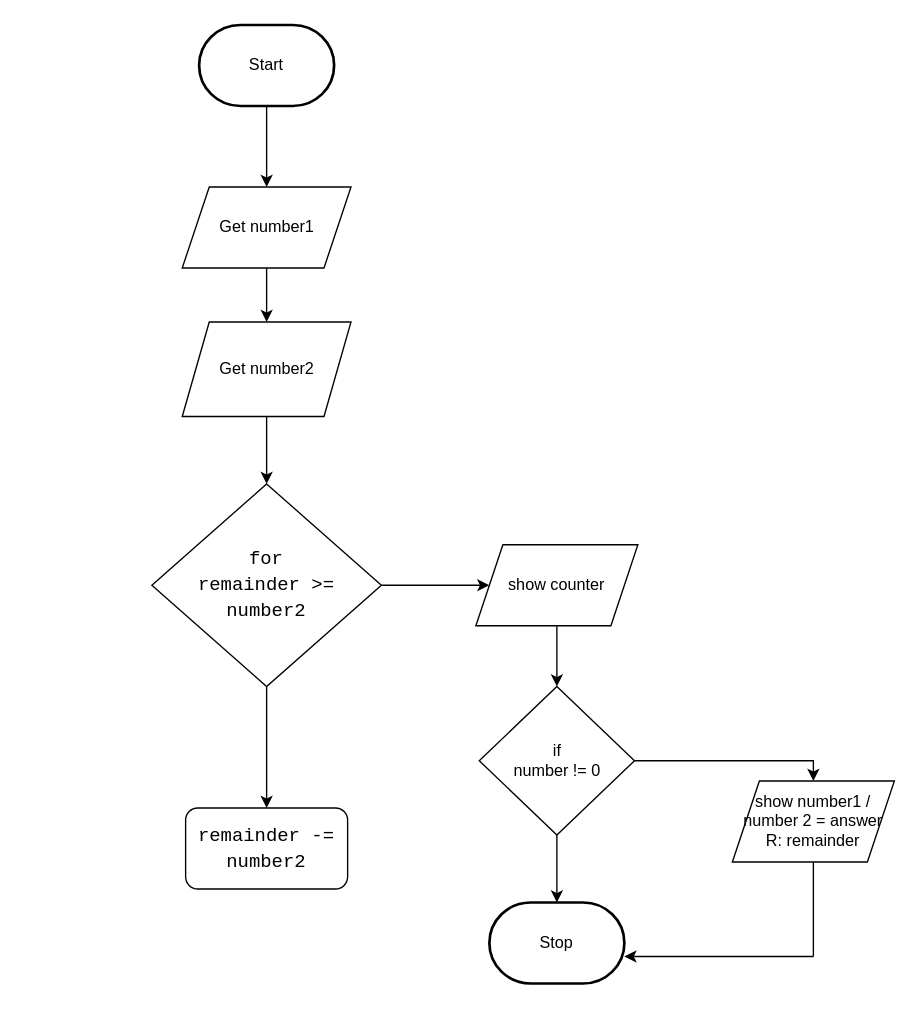
The draw.io diagram design/flowchart.drawio in MTHS-ICS2O-2-2022/ICS2O-Unit-5-08-janet-do, before the edit. Source tidied: cells renumbered, new cells numbered last; positions are measured from the earlier drawing's top-left corner, leaving out a move shared by most shapes. Both pictures are drawn from the tidied source at 135%, with x=0, y=0 at pixel (151, 24).
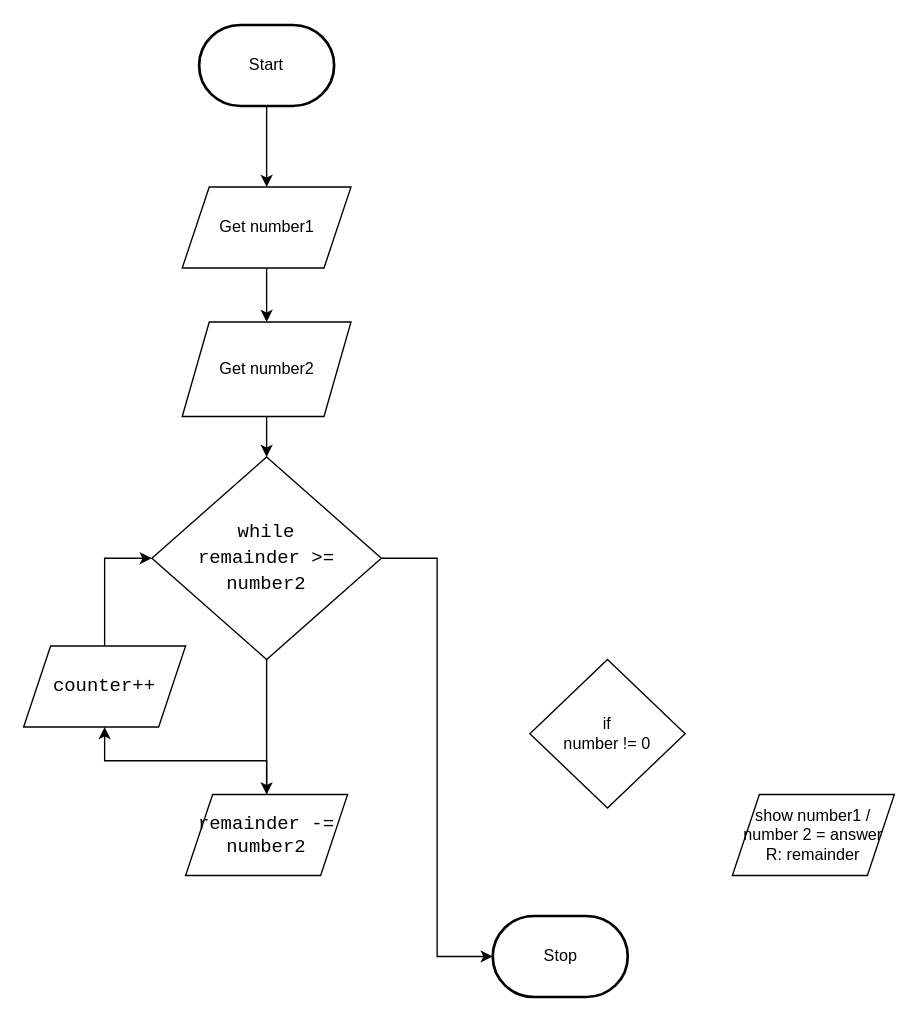
Above is the later version.

The edit, as a diff of the source:
```diff
@@
     <mxCell id="4" value="Stop" style="strokeWidth=2;html=1;shape=mxgraph.flowchart.terminator;whiteSpace=wrap;" parent="1" vertex="1">
-      <mxGeometry x="250" y="650" width="100" height="60" as="geometry" />
+      <mxGeometry x="252.5" y="660" width="100" height="60" as="geometry" />
     </mxCell>
@@
-    <mxCell id="9" style="edgeStyle=orthogonalEdgeStyle;rounded=0;html=1;fontColor=#E6EDF3;entryX=0.5;entryY=0;entryDx=0;entryDy=0;" parent="1" edge="1" source="11" target="12">
-      <mxGeometry relative="1" as="geometry" />
-    </mxCell>
+    <mxCell id="21" style="edgeStyle=orthogonalEdgeStyle;rounded=0;html=1;entryX=0;entryY=0.5;entryDx=0;entryDy=0;entryPerimeter=0;" parent="1" edge="1" source="11" target="4">
+      <mxGeometry relative="1" as="geometry" />
+    </mxCell>
-    <mxCell id="10" style="edgeStyle=orthogonalEdgeStyle;rounded=0;html=1;entryX=0;entryY=0.5;entryDx=0;entryDy=0;" parent="1" edge="1" source="11" target="14">
+    <mxCell id="10" style="edgeStyle=orthogonalEdgeStyle;rounded=0;html=1;entryX=0.5;entryY=0;entryDx=0;entryDy=0;fontColor=#000000;" parent="1" edge="1" source="11" target="14">
       <mxGeometry relative="1" as="geometry" />
     </mxCell>
-    <mxCell id="11" value="&lt;div style=&quot;font-family: Consolas, &amp;quot;Courier New&amp;quot;, monospace; font-size: 14px; line-height: 19px;&quot;&gt;&lt;font color=&quot;#000000&quot;&gt;for&lt;/font&gt;&lt;/div&gt;&lt;div style=&quot;font-family: Consolas, &amp;quot;Courier New&amp;quot;, monospace; font-size: 14px; line-height: 19px;&quot;&gt;&lt;div style=&quot;line-height: 19px;&quot;&gt;&lt;font style=&quot;&quot; color=&quot;#000000&quot;&gt;remainder &amp;gt;= number2&lt;/font&gt;&lt;/div&gt;&lt;/div&gt;" style="rhombus;whiteSpace=wrap;html=1;" parent="1" vertex="1">
-      <mxGeometry y="340" width="170" height="150" as="geometry" />
+    <mxCell id="11" value="&lt;div style=&quot;font-family: Consolas, &amp;quot;Courier New&amp;quot;, monospace; font-size: 14px; line-height: 19px;&quot;&gt;&lt;font color=&quot;#000000&quot;&gt;while&lt;/font&gt;&lt;/div&gt;&lt;div style=&quot;font-family: Consolas, &amp;quot;Courier New&amp;quot;, monospace; font-size: 14px; line-height: 19px;&quot;&gt;&lt;div style=&quot;line-height: 19px;&quot;&gt;&lt;font style=&quot;&quot; color=&quot;#000000&quot;&gt;remainder &amp;gt;= number2&lt;/font&gt;&lt;/div&gt;&lt;/div&gt;" style="rhombus;whiteSpace=wrap;html=1;" parent="1" vertex="1">
+      <mxGeometry y="320" width="170" height="150" as="geometry" />
     </mxCell>
-    <mxCell id="12" value="&lt;div style=&quot;font-family: Consolas, &amp;quot;Courier New&amp;quot;, monospace; font-size: 14px; line-height: 19px;&quot;&gt;&lt;font style=&quot;&quot; color=&quot;#000000&quot;&gt;remainder -= number2&lt;/font&gt;&lt;/div&gt;" style="rounded=1;whiteSpace=wrap;html=1;" parent="1" vertex="1">
-      <mxGeometry x="25" y="580" width="120" height="60" as="geometry" />
-    </mxCell>
-    <mxCell id="13" style="edgeStyle=orthogonalEdgeStyle;rounded=0;html=1;entryX=0.5;entryY=0;entryDx=0;entryDy=0;" parent="1" edge="1" source="14" target="17">
-      <mxGeometry relative="1" as="geometry" />
-    </mxCell>
+    <mxCell id="22" style="edgeStyle=orthogonalEdgeStyle;rounded=0;html=1;entryX=0.5;entryY=1;entryDx=0;entryDy=0;fontColor=#000000;" parent="1" edge="1" source="14" target="24">
+      <mxGeometry relative="1" as="geometry" />
+    </mxCell>
-    <mxCell id="14" value="show counter" style="shape=parallelogram;perimeter=parallelogramPerimeter;whiteSpace=wrap;html=1;fixedSize=1;" parent="1" vertex="1">
-      <mxGeometry x="240" y="385" width="120" height="60" as="geometry" />
+    <mxCell id="14" value="&lt;span style=&quot;color: rgb(0, 0, 0); font-family: Consolas, &amp;quot;Courier New&amp;quot;, monospace; font-size: 14px;&quot;&gt;remainder -= number2&lt;/span&gt;" style="shape=parallelogram;perimeter=parallelogramPerimeter;whiteSpace=wrap;html=1;fixedSize=1;" parent="1" vertex="1">
+      <mxGeometry x="25" y="570" width="120" height="60" as="geometry" />
     </mxCell>
-    <mxCell id="15" style="edgeStyle=orthogonalEdgeStyle;html=1;entryX=0.5;entryY=0;entryDx=0;entryDy=0;entryPerimeter=0;rounded=0;" parent="1" edge="1" source="17" target="4">
-      <mxGeometry relative="1" as="geometry" />
-    </mxCell>
-    <mxCell id="16" style="edgeStyle=orthogonalEdgeStyle;rounded=0;html=1;entryX=0.5;entryY=0;entryDx=0;entryDy=0;" parent="1" edge="1" source="17" target="18">
-      <mxGeometry relative="1" as="geometry" />
-    </mxCell>
     <mxCell id="17" value="if&lt;br&gt;number != 0" style="rhombus;whiteSpace=wrap;html=1;" parent="1" vertex="1">
-      <mxGeometry x="242.5" y="490" width="115" height="110" as="geometry" />
+      <mxGeometry x="280" y="470" width="115" height="110" as="geometry" />
     </mxCell>
     <mxCell id="18" value="show number1 / number 2 = answer R: remainder" style="shape=parallelogram;perimeter=parallelogramPerimeter;whiteSpace=wrap;html=1;fixedSize=1;" parent="1" vertex="1">
-      <mxGeometry x="430" y="560" width="120" height="60" as="geometry" />
+      <mxGeometry x="430" y="570" width="120" height="60" as="geometry" />
     </mxCell>
-    <mxCell id="19" style="endArrow=none;html=1;rounded=0;entryX=0.5;entryY=1;entryDx=0;entryDy=0;" parent="1" edge="1" target="18">
-      <mxGeometry relative="1" as="geometry">
-        <mxPoint x="490" y="690" as="sourcePoint" />
-      </mxGeometry>
-    </mxCell>
-    <mxCell id="20" style="endArrow=classic;html=1;rounded=0;edgeStyle=orthogonalEdgeStyle;" parent="1" edge="1">
-      <mxGeometry relative="1" as="geometry">
-        <mxPoint x="490" y="690" as="sourcePoint" />
-        <mxPoint x="350" y="690" as="targetPoint" />
-      </mxGeometry>
-    </mxCell>
+    <mxCell id="23" style="edgeStyle=orthogonalEdgeStyle;rounded=0;html=1;entryX=0;entryY=0.5;entryDx=0;entryDy=0;fontColor=#000000;" parent="1" edge="1" source="24" target="11">
+      <mxGeometry relative="1" as="geometry" />
+    </mxCell>
+    <mxCell id="24" value="&lt;div style=&quot;font-family: Consolas, &amp;quot;Courier New&amp;quot;, monospace; font-size: 14px; line-height: 19px;&quot;&gt;&lt;font style=&quot;&quot; color=&quot;#000000&quot;&gt;counter++&lt;/font&gt;&lt;/div&gt;" style="shape=parallelogram;perimeter=parallelogramPerimeter;whiteSpace=wrap;html=1;fixedSize=1;" parent="1" vertex="1">
+      <mxGeometry x="-95" y="460" width="120" height="60" as="geometry" />
+    </mxCell>
```
